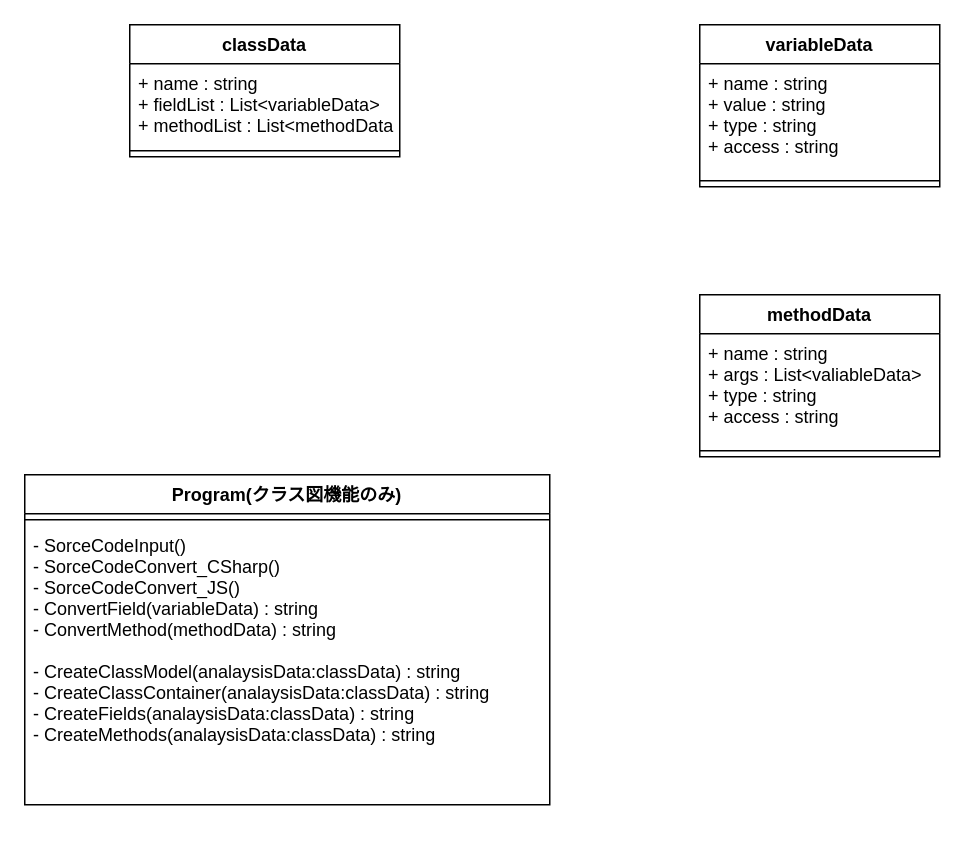
Above: Untitled Diagram.drawio in ForestMountain1234/ForestMountainRabs (draw.io), before the change. Source tidied: cells renumbered, new cells numbered last; positions are measured from the earlier drawing's top-left corner, leaving out a move shared by most shapes. Both pictures are drawn from the tidied source at 150%, with x=0, y=0 at pixel (24, 24).
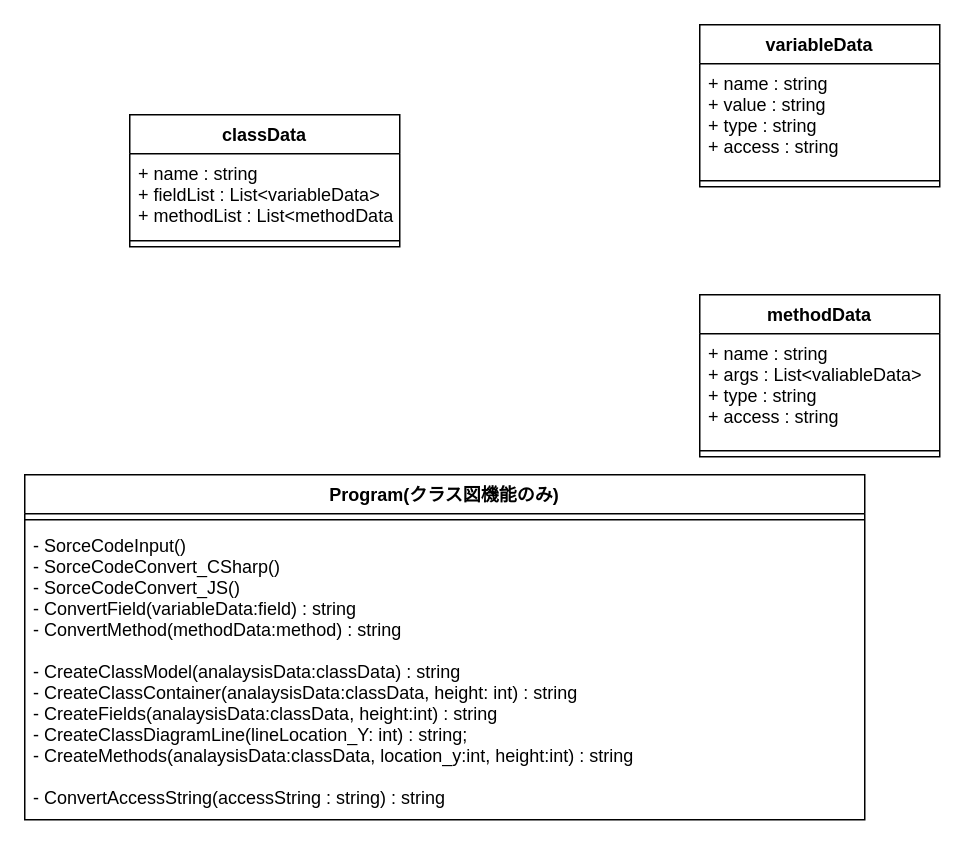
Above is the later version.

What changed in the source:
```diff
@@
 <mxGraphModel>
   <root>
     <mxCell id="0" />
     <mxCell id="1" parent="0" />
     <mxCell id="2" value="classData" style="swimlane;fontStyle=1;align=center;verticalAlign=top;horizontal=1;startSize=26;" parent="1" vertex="1">
-      <mxGeometry x="70" width="180" height="88" as="geometry" />
+      <mxGeometry x="70" y="60" width="180" height="88" as="geometry" />
     </mxCell>
     <mxCell id="3" value="+ name : string&#10;+ fieldList : List&lt;variableData&gt;&#10;+ methodList : List&lt;methodData&gt;" style="text;strokeColor=none;fillColor=none;align=left;verticalAlign=top;spacingLeft=4;spacingRight=4;overflow=hidden;" parent="2" vertex="1">
       <mxGeometry y="26" width="180" height="54" as="geometry" />
     </mxCell>
     <mxCell id="4" style="line;strokeWidth=1;fillColor=none;align=left;verticalAlign=middle;spacingTop=-1;spacingLeft=3;spacingRight=3;labelPosition=right;" parent="2" vertex="1">
       <mxGeometry y="80" width="180" height="8" as="geometry" />
     </mxCell>
     <mxCell id="5" value="variableData" style="swimlane;fontStyle=1;align=center;verticalAlign=top;horizontal=1;startSize=26;" parent="1" vertex="1">
       <mxGeometry x="450" width="160" height="108" as="geometry" />
     </mxCell>
     <mxCell id="6" value="+ name : string&#10;+ value : string &#10;+ type : string&#10;+ access : string " style="text;strokeColor=none;fillColor=none;align=left;verticalAlign=top;spacingLeft=4;spacingRight=4;overflow=hidden;" parent="5" vertex="1">
       <mxGeometry y="26" width="160" height="74" as="geometry" />
     </mxCell>
     <mxCell id="7" style="line;strokeWidth=1;fillColor=none;align=left;verticalAlign=middle;spacingTop=-1;spacingLeft=3;spacingRight=3;labelPosition=right;" parent="5" vertex="1">
       <mxGeometry y="100" width="160" height="8" as="geometry" />
     </mxCell>
     <mxCell id="8" value="methodData" style="swimlane;fontStyle=1;align=center;verticalAlign=top;horizontal=1;startSize=26;" parent="1" vertex="1">
       <mxGeometry x="450" y="180" width="160" height="108" as="geometry" />
     </mxCell>
     <mxCell id="9" value="+ name : string&#10;+ args : List&lt;valiableData&gt; &#10;+ type : string&#10;+ access : string " style="text;strokeColor=none;fillColor=none;align=left;verticalAlign=top;spacingLeft=4;spacingRight=4;overflow=hidden;" parent="8" vertex="1">
       <mxGeometry y="26" width="160" height="74" as="geometry" />
     </mxCell>
     <mxCell id="10" style="line;strokeWidth=1;fillColor=none;align=left;verticalAlign=middle;spacingTop=-1;spacingLeft=3;spacingRight=3;labelPosition=right;" parent="8" vertex="1">
       <mxGeometry y="100" width="160" height="8" as="geometry" />
     </mxCell>
     <mxCell id="11" value="Program(クラス図機能のみ)" style="swimlane;fontStyle=1;align=center;verticalAlign=top;horizontal=1;startSize=26;" parent="1" vertex="1">
-      <mxGeometry y="300" width="350" height="220" as="geometry" />
+      <mxGeometry y="300" width="560" height="230" as="geometry" />
     </mxCell>
     <mxCell id="12" style="line;strokeWidth=1;fillColor=none;align=left;verticalAlign=middle;spacingTop=-1;spacingLeft=3;spacingRight=3;labelPosition=right;" parent="11" vertex="1">
-      <mxGeometry y="26" width="350" height="8" as="geometry" />
+      <mxGeometry y="26" width="560" height="8" as="geometry" />
     </mxCell>
-    <mxCell id="13" value="- SorceCodeInput()&#10;- SorceCodeConvert_CSharp()&#10;- SorceCodeConvert_JS()&#10;- ConvertField(variableData) : string &#10;- ConvertMethod(methodData) : string&#10;&#10;- CreateClassModel(analaysisData:classData) : string&#10;- CreateClassContainer(analaysisData:classData) : string&#10;- CreateFields(analaysisData:classData) : string&#10;- CreateMethods(analaysisData:classData) : string" style="text;strokeColor=none;fillColor=none;align=left;verticalAlign=top;spacingLeft=4;spacingRight=4;overflow=hidden;" parent="11" vertex="1">
-      <mxGeometry y="34" width="350" height="186" as="geometry" />
+    <mxCell id="13" value="- SorceCodeInput()&#10;- SorceCodeConvert_CSharp()&#10;- SorceCodeConvert_JS()&#10;- ConvertField(variableData:field) : string &#10;- ConvertMethod(methodData:method) : string&#10;&#10;- CreateClassModel(analaysisData:classData) : string&#10;- CreateClassContainer(analaysisData:classData, height: int) : string&#10;- CreateFields(analaysisData:classData, height:int) : string&#10;- CreateClassDiagramLine(lineLocation_Y: int) : string;&#10;- CreateMethods(analaysisData:classData, location_y:int, height:int) : string&#10;&#10;- ConvertAccessString(accessString : string) : string" style="text;strokeColor=none;fillColor=none;align=left;verticalAlign=top;spacingLeft=4;spacingRight=4;overflow=hidden;" parent="11" vertex="1">
+      <mxGeometry y="34" width="560" height="196" as="geometry" />
     </mxCell>
   </root>
 </mxGraphModel>
```
